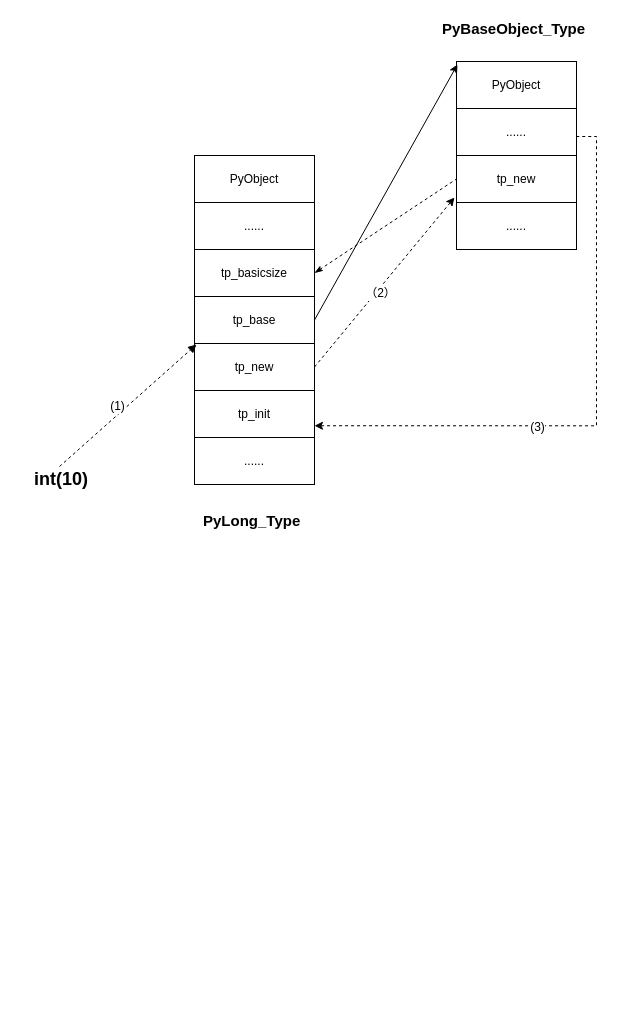
The draw.io diagram 未命名表单.drawio in imluoke/code, before the edit. Source tidied: cells renumbered, new cells numbered last; positions are measured from the earlier drawing's top-left corner, leaving out a move shared by most shapes. Both pictures are drawn from the tidied source at 100%, with x=0, y=0 at pixel (32, 17).
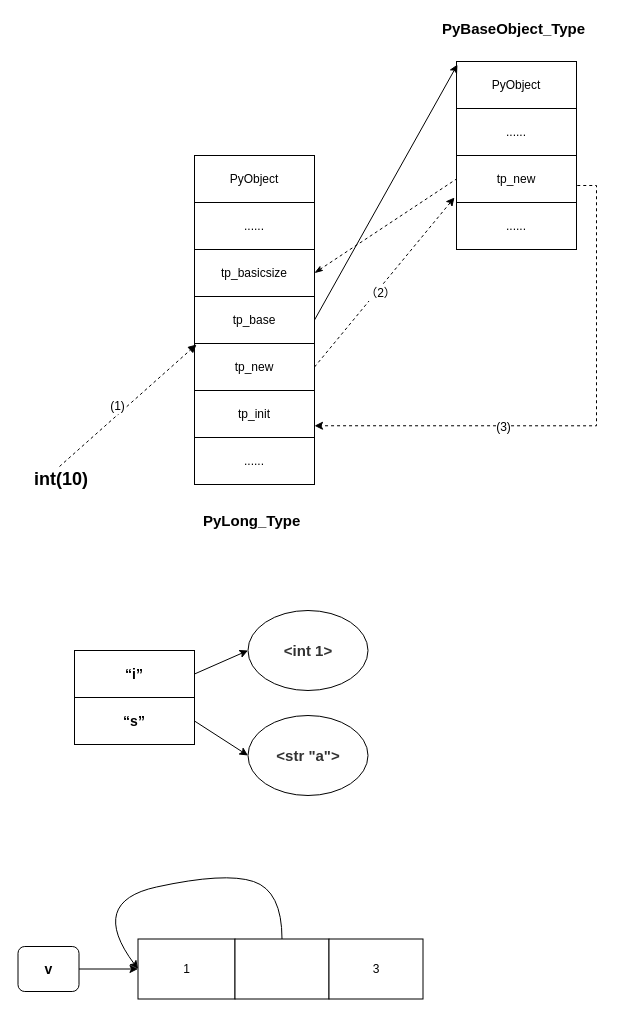
The same diagram, later.

Commit message:
更新未命名表单.drawio

The change refers to these unchanged cells:
```xml
<mxCell id="5" value="tp_init" style="rounded=0;whiteSpace=wrap;html=1;" parent="1" vertex="1">
  <mxGeometry x="162" y="373" width="120" height="47" as="geometry" />
</mxCell>
<mxCell id="10" value="&lt;span style=&quot;white-space: normal&quot;&gt;tp_new&lt;/span&gt;" style="rounded=0;whiteSpace=wrap;html=1;" parent="1" vertex="1">
  <mxGeometry x="424" y="138" width="120" height="47" as="geometry" />
</mxCell>
```

What changed in the source:
```diff
@@
     <mxCell id="8" style="edgeStyle=orthogonalEdgeStyle;rounded=0;jettySize=auto;html=1;exitX=1;exitY=0.75;exitDx=0;exitDy=0;entryX=1;entryY=0.75;entryDx=0;entryDy=0;startArrow=none;startFill=0;targetPerimeterSpacing=5;dashed=1;" parent="1" edge="1" source="10" target="5">
       <mxGeometry relative="1" as="geometry">
         <Array as="points">
-          <mxPoint x="564" y="119" />
+          <mxPoint x="544" y="168" />
+          <mxPoint x="564" y="168" />
           <mxPoint x="564" y="408" />
         </Array>
       </mxGeometry>
     </mxCell>
@@
+    <mxCell id="24" value="&lt;b&gt;&lt;font style=&quot;font-size: 14px&quot;&gt;“s”&lt;/font&gt;&lt;/b&gt;" style="rounded=0;whiteSpace=wrap;html=1;" parent="1" vertex="1">
+      <mxGeometry x="42" y="680" width="120" height="47" as="geometry" />
+    </mxCell>
+    <mxCell id="25" value="&lt;font style=&quot;font-size: 14px&quot;&gt;&lt;b&gt;“i”&lt;/b&gt;&lt;/font&gt;" style="rounded=0;whiteSpace=wrap;html=1;" parent="1" vertex="1">
+      <mxGeometry x="42" y="633" width="120" height="47" as="geometry" />
+    </mxCell>
+    <mxCell id="26" style="endArrow=classic;html=1;entryX=0;entryY=0.5;entryDx=0;entryDy=0;exitX=1;exitY=0.5;exitDx=0;exitDy=0;" parent="1" edge="1" source="25" target="28">
+      <mxGeometry relative="1" as="geometry" />
+    </mxCell>
+    <mxCell id="27" style="endArrow=classic;html=1;entryX=0;entryY=0.5;entryDx=0;entryDy=0;exitX=1;exitY=0.5;exitDx=0;exitDy=0;" parent="1" edge="1" source="24" target="29">
+      <mxGeometry relative="1" as="geometry" />
+    </mxCell>
+    <mxCell id="28" value="&lt;b style=&quot;color: rgb(50 , 50 , 50) ; font-size: 15px ; white-space: normal&quot;&gt;&amp;lt;int 1&amp;gt;&lt;/b&gt;" style="ellipse;whiteSpace=wrap;html=1;" parent="1" vertex="1">
+      <mxGeometry x="215.5" y="593" width="120" height="80" as="geometry" />
+    </mxCell>
+    <mxCell id="29" value="&lt;span style=&quot;color: rgb(50 , 50 , 50) ; font-size: 15px ; font-weight: 700 ; white-space: normal ; background-color: rgba(255 , 255 , 255 , 0.01)&quot;&gt;&amp;lt;str &quot;a&quot;&amp;gt;&lt;/span&gt;" style="ellipse;whiteSpace=wrap;html=1;" parent="1" vertex="1">
+      <mxGeometry x="215.5" y="698" width="120" height="80" as="geometry" />
+    </mxCell>
+    <mxCell id="30" value="1" style="rounded=0;whiteSpace=wrap;html=1;" parent="1" vertex="1">
+      <mxGeometry x="105.5" y="921.5" width="97" height="60" as="geometry" />
+    </mxCell>
+    <mxCell id="31" style="rounded=0;whiteSpace=wrap;html=1;" parent="1" vertex="1">
+      <mxGeometry x="202.5" y="921.5" width="94" height="60" as="geometry" />
+    </mxCell>
+    <mxCell id="32" style="endArrow=none;html=1;entryX=0.5;entryY=0;entryDx=0;entryDy=0;exitX=0;exitY=0.5;exitDx=0;exitDy=0;strokeColor=#000000;comic=0;curved=1;startArrow=classic;startFill=1;" parent="1" edge="1" source="30" target="31">
+      <mxGeometry relative="1" as="geometry">
+        <Array as="points">
+          <mxPoint x="55.5" y="884.5" />
+          <mxPoint x="192.5" y="854.5" />
+          <mxPoint x="249.5" y="873.5" />
+        </Array>
+      </mxGeometry>
+    </mxCell>
+    <mxCell id="33" value="&lt;font style=&quot;font-size: 14px&quot;&gt;&lt;b&gt;v&lt;/b&gt;&lt;/font&gt;" style="rounded=1;whiteSpace=wrap;html=1;" parent="1" vertex="1">
+      <mxGeometry x="-14.5" y="929" width="61" height="45" as="geometry" />
+    </mxCell>
+    <mxCell id="34" style="endArrow=classic;html=1;strokeColor=#000000;entryX=0;entryY=0.5;entryDx=0;entryDy=0;exitX=1;exitY=0.5;exitDx=0;exitDy=0;" parent="1" edge="1" source="33" target="30">
+      <mxGeometry relative="1" as="geometry" />
+    </mxCell>
+    <mxCell id="35" value="3" style="rounded=0;whiteSpace=wrap;html=1;" parent="1" vertex="1">
+      <mxGeometry x="296.5" y="921.5" width="94" height="60" as="geometry" />
+    </mxCell>
```
